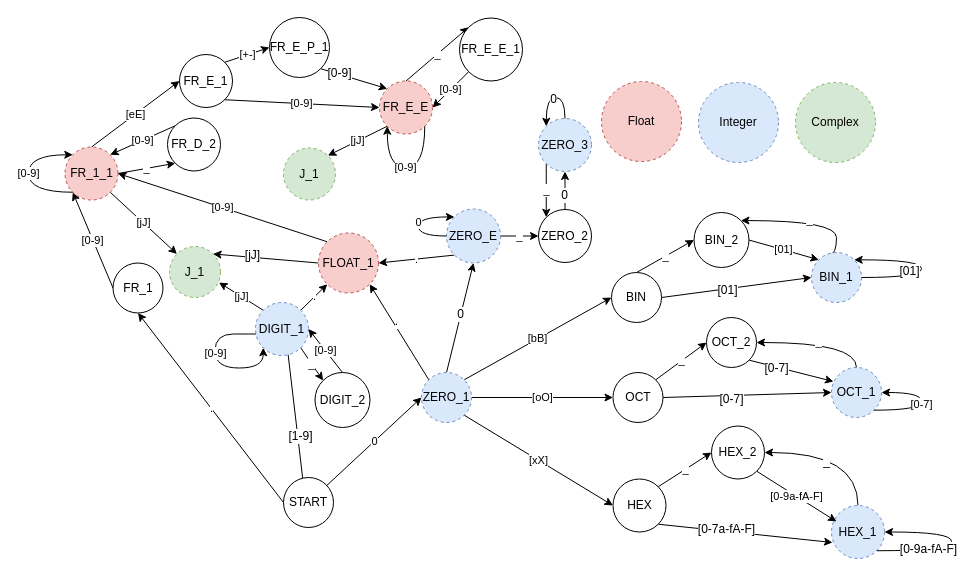
bctnry/plywood keeps this draw.io diagram as docs/automata_numberLiteral.drawio. Above is the earlier version. Source tidied: cells renumbered, new cells numbered last; positions are measured from the earlier drawing's top-left corner, leaving out a move shared by most shapes. Both pictures are drawn from the tidied source at 100%, with x=0, y=0 at pixel (28, 17).
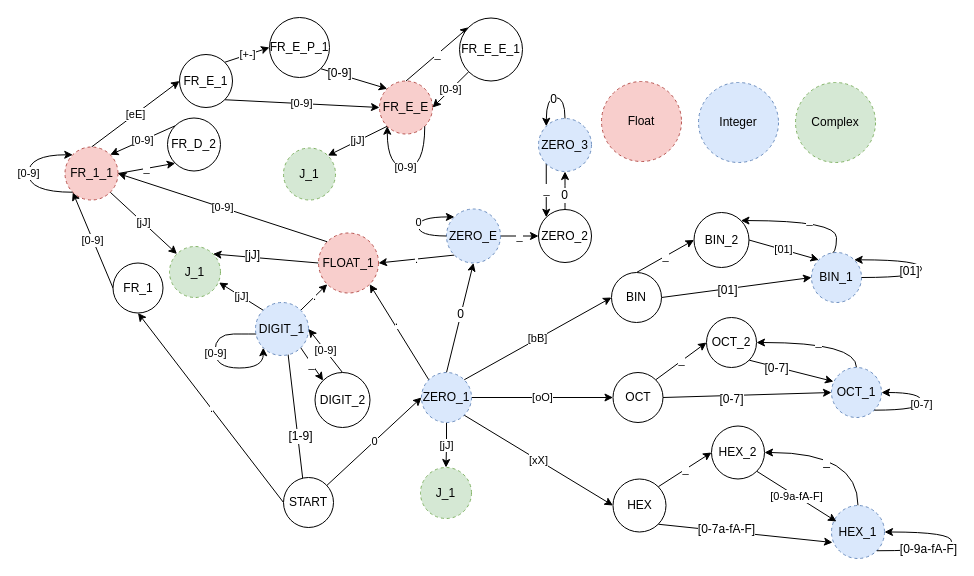
Above is the later version.

Unchanged cells that the change refers to:
```xml
<mxCell id="15" value="ZERO_1&lt;br&gt;" style="ellipse;whiteSpace=wrap;html=1;dashed=1;fillColor=#dae8fc;strokeColor=#6c8ebf;" parent="1" vertex="1">
  <mxGeometry x="393" y="355" width="50" height="50" as="geometry" />
</mxCell>
```

What changed in the source:
```diff
@@
+    <mxCell id="94" value="[jJ]" style="edgeStyle=orthogonalEdgeStyle;rounded=0;jettySize=auto;html=1;exitX=0.5;exitY=1;exitDx=0;exitDy=0;entryX=0.5;entryY=0;entryDx=0;entryDy=0;" parent="1" edge="1" source="15" target="95">
+      <mxGeometry relative="1" as="geometry" />
+    </mxCell>
@@
+    <mxCell id="95" value="J_1" style="ellipse;whiteSpace=wrap;html=1;dashed=1;strokeColor=#82b366;fillColor=#d5e8d4;" parent="1" vertex="1">
+      <mxGeometry x="392" y="450" width="51" height="51" as="geometry" />
+    </mxCell>
```
